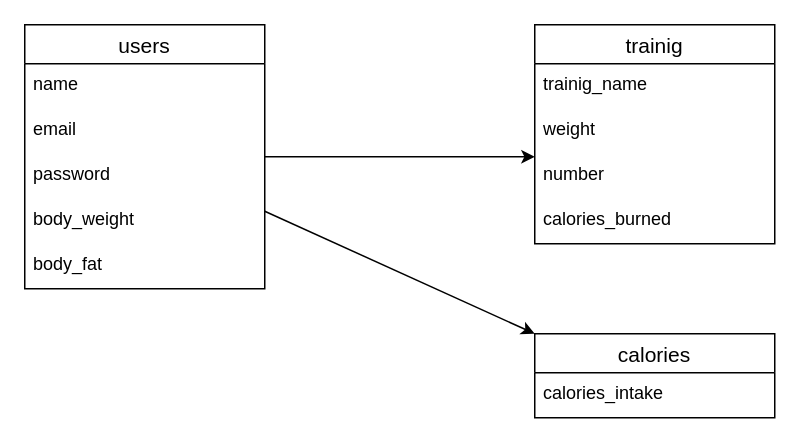
This is design.dio from yuuya210618/bulk-up, a draw.io file, before an edit. Source tidied: cells renumbered, new cells numbered last; positions are measured from the earlier drawing's top-left corner, leaving out a move shared by most shapes. Both pictures are drawn from the tidied source at 150%, with x=0, y=0 at pixel (24, 24).
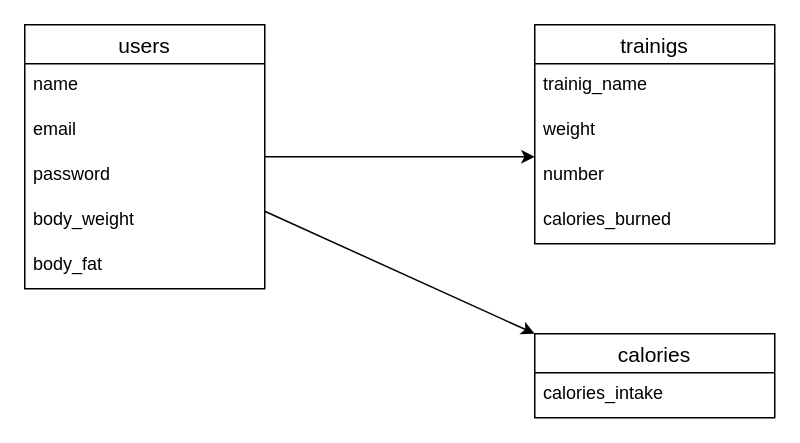
The same diagram, later.

Change to the diagram source:
```diff
@@
 <mxGraphModel>
   <root>
     <mxCell id="0" />
     <mxCell id="1" parent="0" />
-    <mxCell id="2" value="trainig" style="swimlane;fontStyle=0;horizontal=1;startSize=26;align=center;fontSize=14;" parent="1" vertex="1">
+    <mxCell id="2" value="trainigs" style="swimlane;fontStyle=0;horizontal=1;startSize=26;align=center;fontSize=14;" parent="1" vertex="1">
       <mxGeometry x="340" width="160" height="146" as="geometry" />
     </mxCell>
     <mxCell id="3" value="trainig_name" style="text;strokeColor=none;fillColor=none;spacingLeft=4;spacingRight=4;overflow=hidden;fontSize=12;" parent="2" vertex="1">
       <mxGeometry y="26" width="160" height="30" as="geometry" />
     </mxCell>
     <mxCell id="4" value="weight" style="text;strokeColor=none;fillColor=none;spacingLeft=4;spacingRight=4;overflow=hidden;fontSize=12;" parent="2" vertex="1">
       <mxGeometry y="56" width="160" height="30" as="geometry" />
     </mxCell>
     <mxCell id="5" value="number" style="text;strokeColor=none;fillColor=none;spacingLeft=4;spacingRight=4;overflow=hidden;points=[[0,0.5],[1,0.5]];portConstraint=eastwest;fontSize=12;" parent="2" vertex="1">
       <mxGeometry y="86" width="160" height="30" as="geometry" />
     </mxCell>
     <mxCell id="6" value="calories_burned" style="text;strokeColor=none;fillColor=none;spacingLeft=4;spacingRight=4;overflow=hidden;fontSize=12;" parent="2" vertex="1">
       <mxGeometry y="116" width="160" height="30" as="geometry" />
     </mxCell>
     <mxCell id="7" style="edgeStyle=none;html=1;entryX=0;entryY=0.067;entryDx=0;entryDy=0;entryPerimeter=0;" parent="1" edge="1" source="9" target="5">
       <mxGeometry relative="1" as="geometry" />
     </mxCell>
     <mxCell id="8" style="edgeStyle=none;html=1;entryX=0;entryY=0;entryDx=0;entryDy=0;" parent="1" edge="1" source="9" target="15">
       <mxGeometry relative="1" as="geometry" />
     </mxCell>
     <mxCell id="9" value="users" style="swimlane;fontStyle=0;horizontal=1;startSize=26;align=center;fontSize=14;" parent="1" vertex="1">
       <mxGeometry width="160" height="176" as="geometry" />
     </mxCell>
     <mxCell id="10" value="name" style="text;strokeColor=none;fillColor=none;spacingLeft=4;spacingRight=4;overflow=hidden;fontSize=12;" parent="9" vertex="1">
       <mxGeometry y="26" width="160" height="30" as="geometry" />
     </mxCell>
     <mxCell id="11" value="email" style="text;strokeColor=none;fillColor=none;spacingLeft=4;spacingRight=4;overflow=hidden;fontSize=12;" parent="9" vertex="1">
       <mxGeometry y="56" width="160" height="30" as="geometry" />
     </mxCell>
     <mxCell id="12" value="password" style="text;strokeColor=none;fillColor=none;spacingLeft=4;spacingRight=4;overflow=hidden;fontSize=12;" parent="9" vertex="1">
       <mxGeometry y="86" width="160" height="30" as="geometry" />
     </mxCell>
     <mxCell id="13" value="body_weight" style="text;strokeColor=none;fillColor=none;spacingLeft=4;spacingRight=4;overflow=hidden;fontSize=12;" parent="9" vertex="1">
       <mxGeometry y="116" width="160" height="30" as="geometry" />
     </mxCell>
     <mxCell id="14" value="body_fat" style="text;strokeColor=none;fillColor=none;spacingLeft=4;spacingRight=4;overflow=hidden;fontSize=12;" parent="9" vertex="1">
       <mxGeometry y="146" width="160" height="30" as="geometry" />
     </mxCell>
     <mxCell id="15" value="calories" style="swimlane;fontStyle=0;horizontal=1;startSize=26;align=center;fontSize=14;" parent="1" vertex="1">
       <mxGeometry x="340" y="206" width="160" height="56" as="geometry" />
     </mxCell>
     <mxCell id="16" value="calories_intake" style="text;strokeColor=none;fillColor=none;spacingLeft=4;spacingRight=4;overflow=hidden;fontSize=12;" parent="15" vertex="1">
       <mxGeometry y="26" width="160" height="30" as="geometry" />
     </mxCell>
   </root>
 </mxGraphModel>
```
